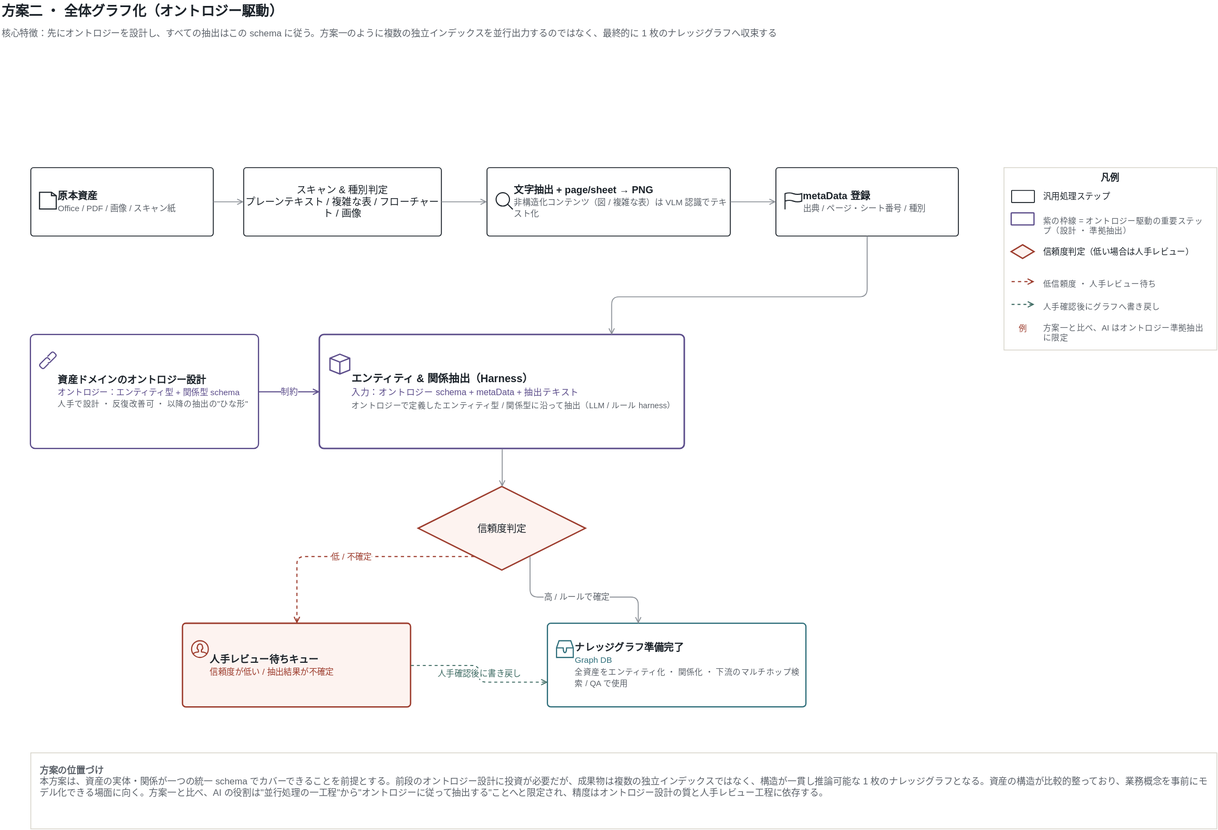
tiand23/AICompass keeps this draw.io diagram as docs/public/diagrams/asset-structuring-02-graph-ja.svg. Above is the earlier version. Source tidied: cells renumbered, new cells last; positions are measured from the earlier drawing's top-left corner, leaving out a move shared by most shapes.
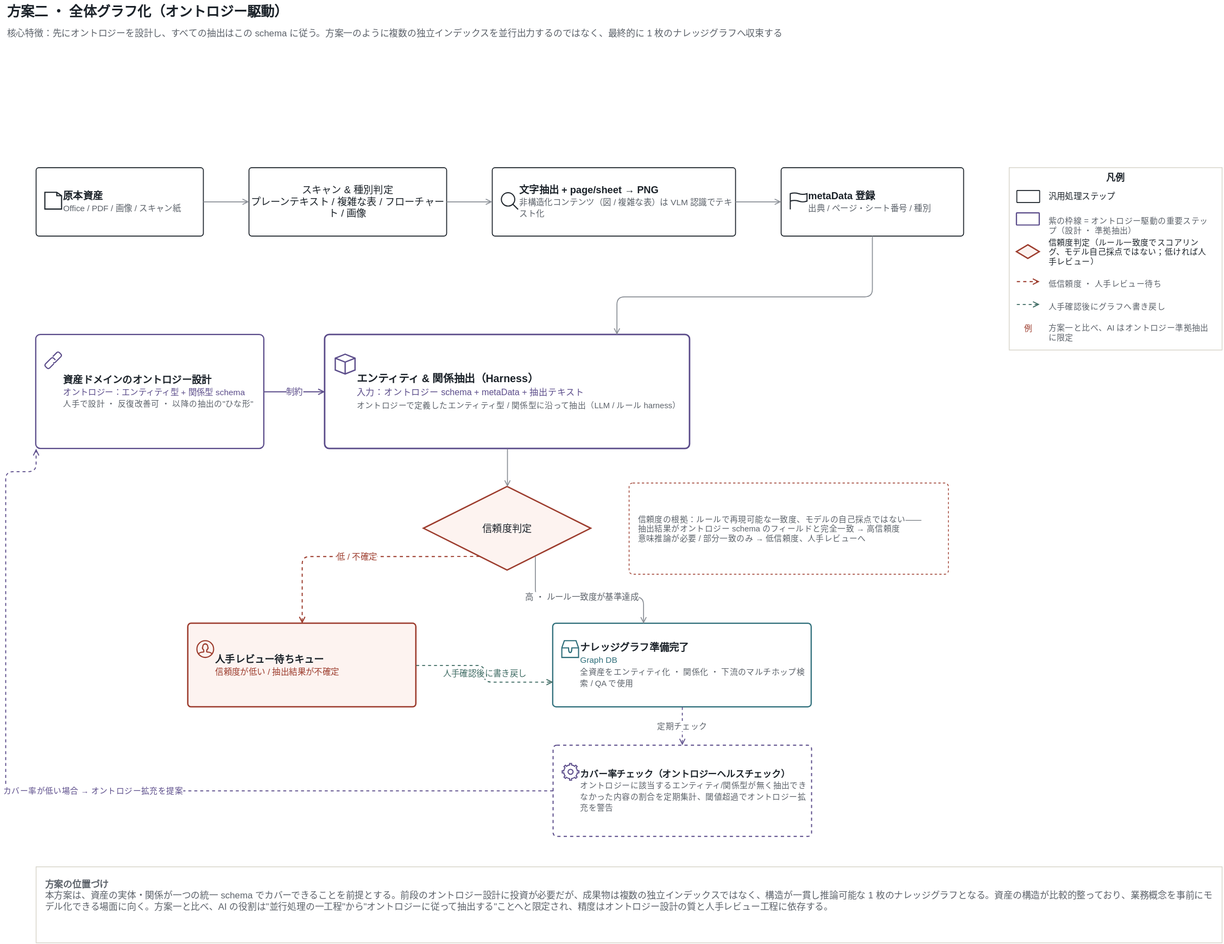
After the change.

The edit, as a diff of the source:
```diff
@@ -9,7 +9,7 @@
       <mxGeometry y="32" width="1100" height="24" as="geometry" />
     </mxCell>
     <mxCell id="4" value="&lt;b&gt;原本資産&lt;/b&gt;&lt;br&gt;&lt;font color=#5B6169 style=&quot;font-size:11px&quot;&gt;Office / PDF / 画像 / スキャン紙&lt;/font&gt;" style="rounded=1;arcSize=4;whiteSpace=wrap;html=1;fillColor=#FFFFFF;strokeColor=#1B2229;strokeWidth=1.2;align=left;verticalAlign=middle;spacingLeft=34;fontSize=13;fontColor=#1B2229;fontFamily=Helvetica;" parent="1" vertex="1">
-      <mxGeometry x="40" y="220" width="240" height="90" as="geometry" />
+      <mxGeometry x="40" y="220" width="220" height="90" as="geometry" />
     </mxCell>
     <mxCell id="5" style="shape=mxgraph.ios7.icons.document;html=1;strokeColor=#1B2229;fillColor=none;strokeWidth=1.5;" parent="1" vertex="1">
       <mxGeometry x="52" y="253" width="22" height="22" as="geometry" />
@@ -67,6 +67,9 @@
     <mxCell id="21" style="edgeStyle=orthogonalEdgeStyle;rounded=1;html=1;strokeWidth=1.2;strokeColor=#8A8F96;endArrow=open;endFill=0;exitX=0.5;exitY=1;entryX=0.5;entryY=0;" parent="1" edge="1" source="16" target="20">
       <mxGeometry relative="1" as="geometry" />
     </mxCell>
+    <mxCell id="43" value="信頼度の根拠：ルールで再現可能な一致度、モデルの自己採点ではない——&#10;抽出結果がオントロジー schema のフィールドと完全一致 → 高信頼度&#10;意味推論が必要 / 部分一致のみ → 低信頼度、人手レビューへ" style="rounded=1;arcSize=4;whiteSpace=wrap;html=1;fillColor=none;strokeColor=#9C3B2C;strokeWidth=1;dashed=1;align=left;verticalAlign=middle;spacingLeft=10;fontSize=10.5;fontColor=#5B6169;fontFamily=Helvetica;" parent="1" vertex="1">
+      <mxGeometry x="820" y="635" width="420" height="120" as="geometry" />
+    </mxCell>
     <mxCell id="22" value="&lt;b&gt;人手レビュー待ちキュー&lt;/b&gt;&lt;br&gt;&lt;font color=#9C3B2C style=&quot;font-size:11px&quot;&gt;信頼度が低い / 抽出結果が不確定&lt;/font&gt;" style="rounded=1;arcSize=4;whiteSpace=wrap;html=1;fillColor=#FDF3F0;strokeColor=#9C3B2C;strokeWidth=1.8;align=left;verticalAlign=middle;spacingLeft=34;fontSize=13;fontColor=#1B2229;fontFamily=Helvetica;" parent="1" vertex="1">
       <mxGeometry x="240" y="820" width="300" height="110" as="geometry" />
     </mxCell>
@@ -82,12 +85,29 @@
     <mxCell id="26" value="低 / 不確定" style="edgeStyle=orthogonalEdgeStyle;rounded=1;html=1;dashed=1;strokeWidth=1.4;strokeColor=#9C3B2C;fontColor=#9C3B2C;endArrow=open;endFill=0;exitX=0.25;exitY=1;entryX=0.5;entryY=0;labelBackgroundColor=#FFFFFF;fontSize=11;" parent="1" edge="1" source="20" target="22">
       <mxGeometry relative="1" as="geometry" />
     </mxCell>
-    <mxCell id="27" value="高 / ルールで確定" style="edgeStyle=orthogonalEdgeStyle;rounded=1;html=1;strokeWidth=1.2;strokeColor=#8A8F96;endArrow=open;endFill=0;exitX=0.75;exitY=1;entryX=0.35;entryY=0;labelBackgroundColor=#FFFFFF;fontSize=11;fontColor=#5B6169;" parent="1" edge="1" source="20" target="24">
+    <mxCell id="27" value="高 ・ ルール一致度が基準達成" style="edgeStyle=orthogonalEdgeStyle;rounded=1;html=1;strokeWidth=1.2;strokeColor=#8A8F96;endArrow=open;endFill=0;exitX=0.75;exitY=1;entryX=0.35;entryY=0;labelBackgroundColor=#FFFFFF;fontSize=11;fontColor=#5B6169;" parent="1" edge="1" source="20" target="24">
       <mxGeometry relative="1" as="geometry" />
     </mxCell>
     <mxCell id="28" value="人手確認後に書き戻し" style="edgeStyle=orthogonalEdgeStyle;rounded=1;html=1;dashed=1;strokeWidth=1.3;strokeColor=#3E6B63;fontColor=#3E6B63;endArrow=open;endFill=0;exitX=1;exitY=0.5;entryX=0;entryY=0.7;labelBackgroundColor=#FFFFFF;fontSize=11;" parent="1" edge="1" source="22" target="24">
       <mxGeometry relative="1" as="geometry" />
     </mxCell>
+    <mxCell id="44" value="&lt;b&gt;カバー率チェック（オントロジーヘルスチェック）&lt;/b&gt;&lt;br&gt;&lt;font color=#5B6169 style=&quot;font-size:10.5px&quot;&gt;オントロジーに該当するエンティティ/関係型が無く抽出できなかった内容の割合を定期集計、閾値超過でオントロジー拡充を警告&lt;/font&gt;" style="rounded=1;arcSize=4;whiteSpace=wrap;html=1;fillColor=#FFFFFF;strokeColor=#5B4C8A;strokeWidth=1.4;dashed=1;align=left;verticalAlign=middle;spacingLeft=34;fontSize=12;fontColor=#1B2229;fontFamily=Helvetica;" parent="1" vertex="1">
+      <mxGeometry x="720" y="980" width="340" height="120" as="geometry" />
+    </mxCell>
+    <mxCell id="45" style="shape=mxgraph.ios7.icons.settings;html=1;strokeColor=#5B4C8A;fillColor=none;strokeWidth=1.4;" parent="1" vertex="1">
+      <mxGeometry x="732" y="1004" width="22" height="22" as="geometry" />
+    </mxCell>
+    <mxCell id="46" value="定期チェック" style="edgeStyle=orthogonalEdgeStyle;rounded=1;html=1;dashed=1;strokeWidth=1.2;strokeColor=#5B4C8A;fontColor=#5B6169;endArrow=open;endFill=0;exitX=0.5;exitY=1;entryX=0.5;entryY=0;labelBackgroundColor=#FFFFFF;fontSize=10.5;" parent="1" edge="1" source="24" target="44">
+      <mxGeometry relative="1" as="geometry" />
+    </mxCell>
+    <mxCell id="47" value="カバー率が低い場合 → オントロジー拡充を提案" style="edgeStyle=orthogonalEdgeStyle;rounded=1;html=1;dashed=1;strokeWidth=1.3;strokeColor=#5B4C8A;fontColor=#5B4C8A;endArrow=open;endFill=0;exitX=0;exitY=0.5;entryX=0;entryY=1;labelBackgroundColor=#FFFFFF;fontSize=10.5;" parent="1" edge="1" source="44" target="14">
+      <mxGeometry relative="1" as="geometry">
+        <Array as="points">
+          <mxPoint y="1040" />
+          <mxPoint y="620" />
+        </Array>
+      </mxGeometry>
+    </mxCell>
     <mxCell id="29" value="凡例" style="rounded=0;whiteSpace=wrap;html=1;fillColor=none;strokeColor=#D6D3C8;verticalAlign=top;fontStyle=1;fontSize=12;fontColor=#1B2229;fontFamily=Helvetica;" parent="1" vertex="1">
       <mxGeometry x="1320" y="220" width="280" height="240" as="geometry" />
     </mxCell>
@@ -106,8 +126,8 @@
     <mxCell id="34" style="rhombus;html=1;fillColor=#FDF3F0;strokeColor=#9C3B2C;strokeWidth=1.8;" parent="29" vertex="1">
       <mxGeometry x="10" y="102" width="30" height="18" as="geometry" />
     </mxCell>
-    <mxCell id="35" value="信頼度判定（低い場合は人手レビュー）" style="text;html=1;whiteSpace=wrap;align=left;verticalAlign=middle;fontSize=11;fontColor=#1B2229;fontFamily=Helvetica;" parent="29" vertex="1">
-      <mxGeometry x="50" y="95" width="220" height="32" as="geometry" />
+    <mxCell id="35" value="信頼度判定（ルール一致度でスコアリング、モデル自己採点ではない；低ければ人手レビュー）" style="text;html=1;whiteSpace=wrap;align=left;verticalAlign=middle;fontSize=10.5;fontColor=#1B2229;fontFamily=Helvetica;" parent="29" vertex="1">
+      <mxGeometry x="50" y="93" width="220" height="36" as="geometry" />
     </mxCell>
     <mxCell id="36" style="html=1;endArrow=open;endFill=0;strokeWidth=1.4;strokeColor=#9C3B2C;dashed=1;" parent="29" edge="1">
       <mxGeometry relative="1" as="geometry">
@@ -134,7 +154,7 @@
       <mxGeometry x="50" y="200" width="220" height="34" as="geometry" />
     </mxCell>
     <mxCell id="42" value="&lt;b&gt;方案の位置づけ&lt;/b&gt;&lt;br&gt;本方案は、資産の実体・関係が一つの統一 schema でカバーできることを前提とする。前段のオントロジー設計に投資が必要だが、成果物は複数の独立インデックスではなく、構造が一貫し推論可能な 1 枚のナレッジグラフとなる。資産の構造が比較的整っており、業務概念を事前にモデル化できる場面に向く。方案一と比べ、AI の役割は&quot;並行処理の一工程&quot;から&quot;オントロジーに従って抽出する&quot;ことへと限定され、精度はオントロジー設計の質と人手レビュー工程に依存する。" style="rounded=0;whiteSpace=wrap;html=1;fillColor=none;strokeColor=#D6D3C8;align=left;verticalAlign=top;spacing=12;fontSize=12;fontColor=#5B6169;fontFamily=Helvetica;" parent="1" vertex="1">
-      <mxGeometry x="40" y="990" width="1560" height="100" as="geometry" />
+      <mxGeometry x="40" y="1140" width="1560" height="100" as="geometry" />
     </mxCell>
   </root>
 </mxGraphModel>
```
